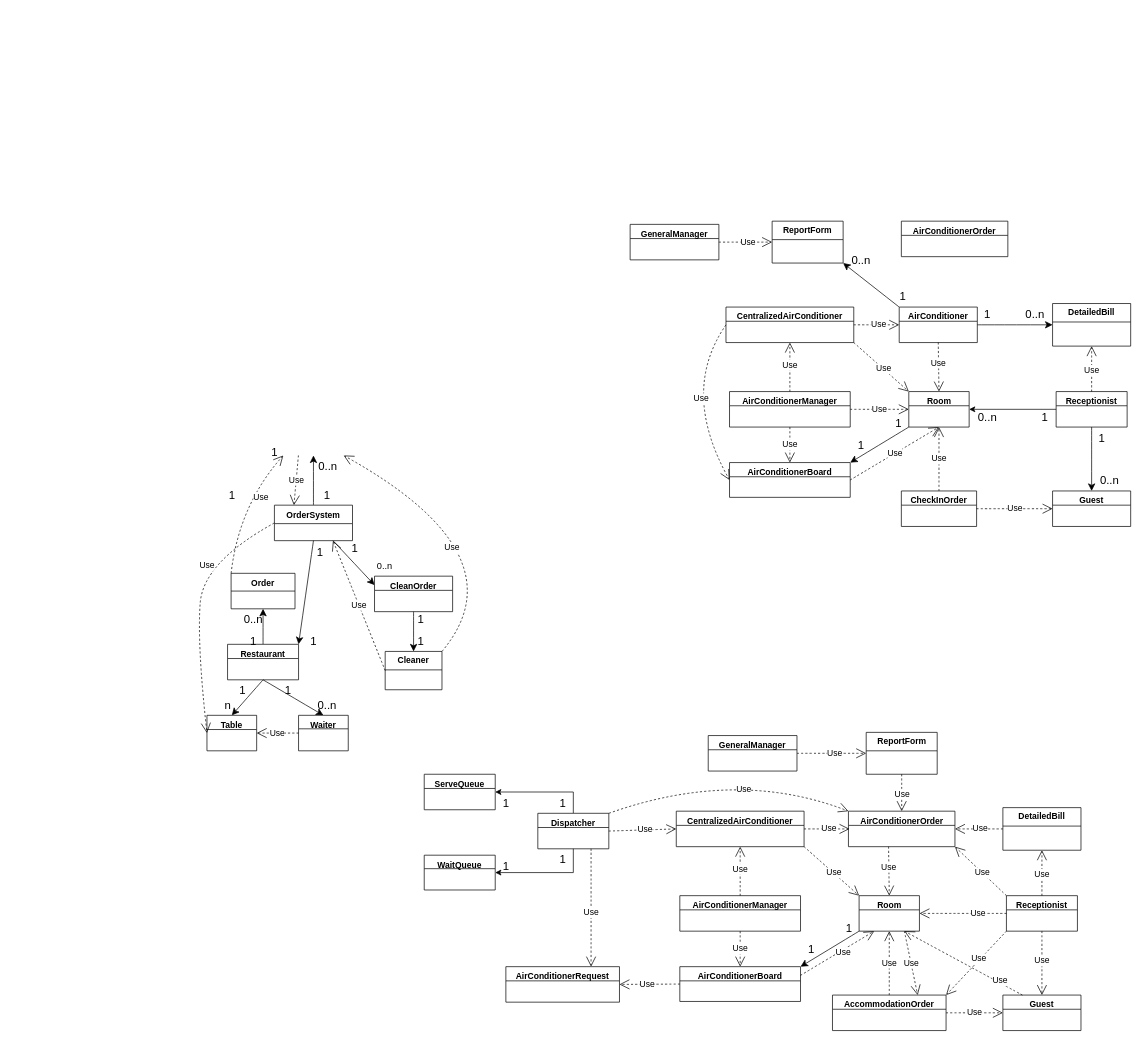
Earlier version of the draw.io diagram UML.drawio (lyhkk/Test). Source tidied: cells renumbered, new cells numbered last; positions are measured from the earlier drawing's top-left corner, leaving out a move shared by most shapes. Both pictures are drawn from the tidied source at 71%, with x=0, y=0 at pixel (197, 221).
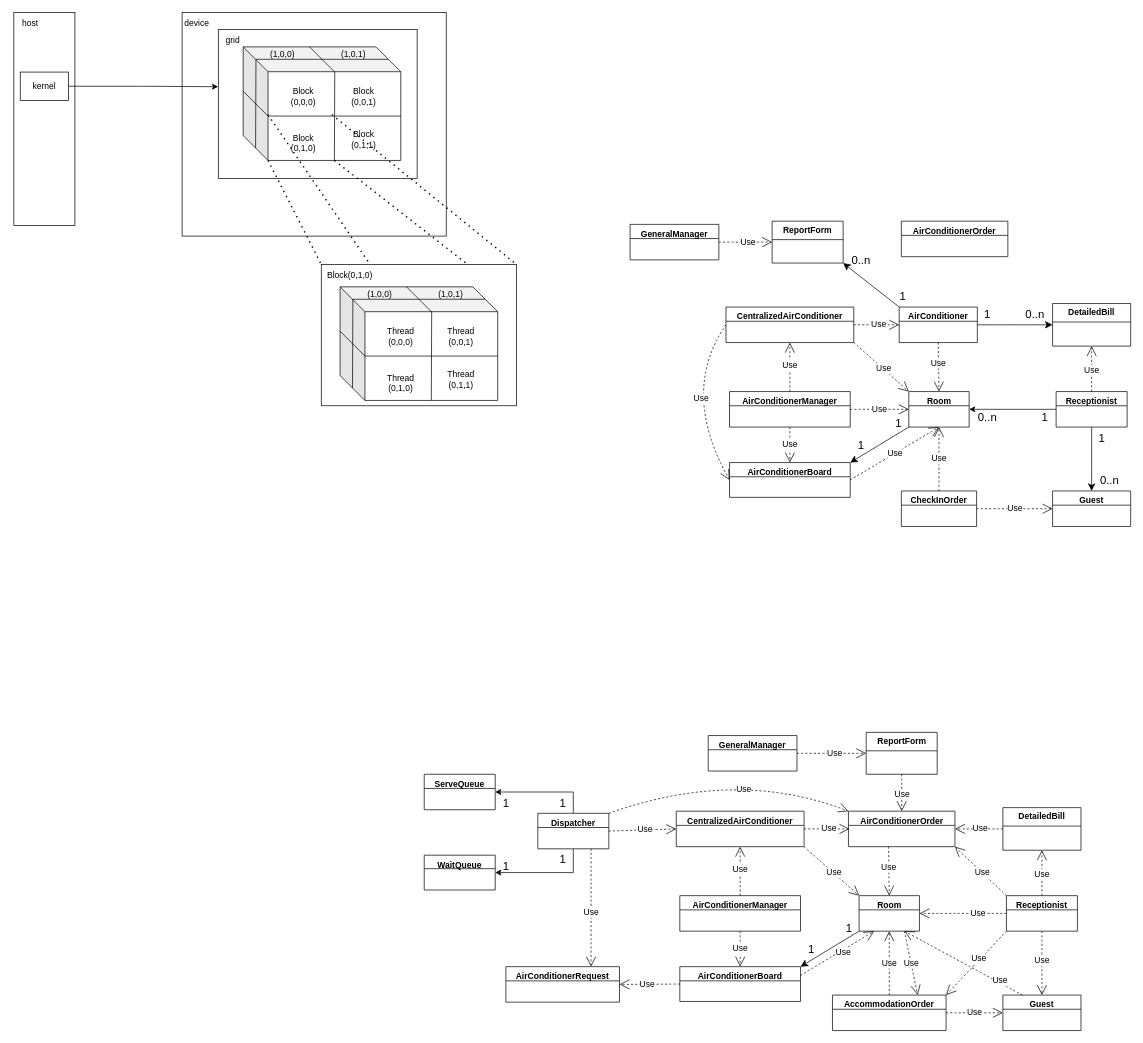
The same page after the edit.

What changed in the source:
```diff
@@
+    <mxCell id="126" style="rounded=0;whiteSpace=wrap;html=1;" parent="1" vertex="1">
+      <mxGeometry x="175" y="61" width="275" height="199" as="geometry" />
+    </mxCell>
+    <mxCell id="127" style="rounded=0;whiteSpace=wrap;html=1;" parent="1" vertex="1">
+      <mxGeometry x="-21" y="-294" width="372" height="315" as="geometry" />
+    </mxCell>
@@
-    <mxCell id="17" value="1" style="text;html=1;align=center;verticalAlign=middle;strokeColor=none;fillColor=none;fontSize=16;" parent="1" vertex="1">
-      <mxGeometry x="34" y="371" width="30" height="30" as="geometry" />
-    </mxCell>
-    <mxCell id="18" value="1" style="text;html=1;align=center;verticalAlign=middle;strokeColor=none;fillColor=none;fontSize=16;" parent="1" vertex="1">
-      <mxGeometry x="94" y="310" width="30" height="30" as="geometry" />
-    </mxCell>
@@
-    <mxCell id="26" style="edgeStyle=none;curved=1;rounded=0;jettySize=auto;html=1;exitX=0.5;exitY=0;exitDx=0;exitDy=0;fontSize=12;startSize=8;endSize=8;entryX=0.5;entryY=1;entryDx=0;entryDy=0;" parent="1" edge="1" source="28">
-      <mxGeometry relative="1" as="geometry">
-        <mxPoint x="164" y="330" as="targetPoint" />
-      </mxGeometry>
-    </mxCell>
-    <mxCell id="27" style="edgeStyle=none;curved=1;rounded=0;jettySize=auto;html=1;exitX=0.5;exitY=1;exitDx=0;exitDy=0;fontSize=12;startSize=8;endSize=8;entryX=1;entryY=0;entryDx=0;entryDy=0;" parent="1" edge="1" source="28" target="35">
-      <mxGeometry relative="1" as="geometry" />
-    </mxCell>
-    <mxCell id="28" value="OrderSystem" style="swimlane;fontStyle=1;align=center;verticalAlign=top;horizontal=1;startSize=26;whiteSpace=wrap;html=1;" parent="1" vertex="1" collapsed="1">
-      <mxGeometry x="109" y="400" width="110" height="50" as="geometry" />
-    </mxCell>
-    <mxCell id="29" value="1" style="text;html=1;align=center;verticalAlign=middle;strokeColor=none;fillColor=none;fontSize=16;" parent="1" vertex="1">
-      <mxGeometry x="168" y="371" width="30" height="30" as="geometry" />
-    </mxCell>
-    <mxCell id="30" value="0..n" style="text;html=1;align=center;verticalAlign=middle;strokeColor=none;fillColor=none;fontSize=16;" parent="1" vertex="1">
-      <mxGeometry x="159" y="330" width="50" height="30" as="geometry" />
-    </mxCell>
-    <mxCell id="31" style="edgeStyle=none;curved=1;rounded=0;jettySize=auto;html=1;entryX=0;entryY=0.25;entryDx=0;entryDy=0;fontSize=12;startSize=8;endSize=8;exitX=0.75;exitY=1;exitDx=0;exitDy=0;" parent="1" edge="1" source="28" target="37">
-      <mxGeometry relative="1" as="geometry" />
-    </mxCell>
-    <mxCell id="32" style="edgeStyle=none;curved=1;rounded=0;jettySize=auto;html=1;exitX=0.5;exitY=1;exitDx=0;exitDy=0;entryX=0.5;entryY=0;entryDx=0;entryDy=0;fontSize=12;startSize=8;endSize=8;" parent="1" edge="1" source="35" target="38">
-      <mxGeometry relative="1" as="geometry" />
-    </mxCell>
-    <mxCell id="33" style="edgeStyle=none;curved=1;rounded=0;jettySize=auto;html=1;exitX=0.5;exitY=1;exitDx=0;exitDy=0;fontSize=12;startSize=8;endSize=8;entryX=0.5;entryY=0;entryDx=0;entryDy=0;" parent="1" edge="1" source="35" target="40">
-      <mxGeometry relative="1" as="geometry" />
-    </mxCell>
-    <mxCell id="34" style="edgeStyle=none;curved=1;rounded=0;jettySize=auto;html=1;exitX=0.5;exitY=0;exitDx=0;exitDy=0;entryX=0.5;entryY=1;entryDx=0;entryDy=0;fontSize=12;startSize=8;endSize=8;" parent="1" edge="1" source="35" target="39">
-      <mxGeometry relative="1" as="geometry" />
-    </mxCell>
-    <mxCell id="35" value="Restaurant" style="swimlane;fontStyle=1;align=center;verticalAlign=top;horizontal=1;startSize=20;whiteSpace=wrap;html=1;" parent="1" vertex="1" collapsed="1">
-      <mxGeometry x="43" y="596" width="100" height="50" as="geometry" />
-    </mxCell>
-    <mxCell id="36" style="edgeStyle=none;curved=1;rounded=0;jettySize=auto;html=1;exitX=0.5;exitY=1;exitDx=0;exitDy=0;fontSize=12;startSize=8;endSize=8;entryX=0.5;entryY=0;entryDx=0;entryDy=0;" parent="1" edge="1" source="37" target="48">
-      <mxGeometry relative="1" as="geometry" />
-    </mxCell>
-    <mxCell id="37" value="CleanOrder" style="swimlane;fontStyle=1;align=center;verticalAlign=top;horizontal=1;startSize=20;whiteSpace=wrap;html=1;" parent="1" vertex="1" collapsed="1">
-      <mxGeometry x="250" y="500" width="110" height="50" as="geometry" />
-    </mxCell>
-    <mxCell id="38" value="Table" style="swimlane;fontStyle=1;align=center;verticalAlign=top;horizontal=1;startSize=20;whiteSpace=wrap;html=1;" parent="1" vertex="1" collapsed="1">
-      <mxGeometry x="14" y="696" width="70" height="50" as="geometry" />
-    </mxCell>
-    <mxCell id="39" value="Order" style="swimlane;fontStyle=1;align=center;verticalAlign=top;horizontal=1;startSize=25;whiteSpace=wrap;html=1;" parent="1" vertex="1" collapsed="1">
-      <mxGeometry x="48" y="496" width="90" height="50" as="geometry" />
-    </mxCell>
-    <mxCell id="40" value="Waiter" style="swimlane;fontStyle=1;align=center;verticalAlign=top;horizontal=1;startSize=19;whiteSpace=wrap;html=1;" parent="1" vertex="1" collapsed="1">
-      <mxGeometry x="143" y="696" width="70" height="50" as="geometry" />
-    </mxCell>
-    <mxCell id="41" value="&lt;font style=&quot;font-size: 13px;&quot;&gt;0..n&lt;/font&gt;" style="text;html=1;align=center;verticalAlign=middle;strokeColor=none;fillColor=none;fontSize=16;" parent="1" vertex="1">
-      <mxGeometry x="239" y="470" width="50" height="30" as="geometry" />
-    </mxCell>
-    <mxCell id="42" value="Use" style="endArrow=open;endSize=12;dashed=1;html=1;rounded=0;fontSize=12;curved=1;exitX=0;exitY=0.5;exitDx=0;exitDy=0;entryX=0;entryY=0.5;entryDx=0;entryDy=0;" parent="1" edge="1" source="28" target="38">
-      <mxGeometry x="-0.33" y="5" relative="1" as="geometry">
-        <Array as="points">
-          <mxPoint x="9" y="480" />
-          <mxPoint y="595" />
-        </Array>
-      </mxGeometry>
-    </mxCell>
-    <mxCell id="43" value="0..n" style="text;html=1;align=center;verticalAlign=middle;strokeColor=none;fillColor=none;fontSize=16;" parent="1" vertex="1">
-      <mxGeometry x="54" y="546" width="50" height="30" as="geometry" />
-    </mxCell>
-    <mxCell id="44" value="n" style="text;html=1;align=center;verticalAlign=middle;strokeColor=none;fillColor=none;fontSize=16;" parent="1" vertex="1">
-      <mxGeometry x="28" y="666" width="30" height="30" as="geometry" />
-    </mxCell>
-    <mxCell id="45" value="1" style="text;html=1;align=center;verticalAlign=middle;strokeColor=none;fillColor=none;fontSize=16;" parent="1" vertex="1">
-      <mxGeometry x="49" y="646" width="30" height="30" as="geometry" />
-    </mxCell>
-    <mxCell id="46" value="1" style="text;html=1;align=center;verticalAlign=middle;strokeColor=none;fillColor=none;fontSize=16;" parent="1" vertex="1">
-      <mxGeometry x="113" y="646" width="30" height="30" as="geometry" />
-    </mxCell>
-    <mxCell id="47" value="0..n" style="text;html=1;align=center;verticalAlign=middle;strokeColor=none;fillColor=none;fontSize=16;" parent="1" vertex="1">
-      <mxGeometry x="158" y="666" width="50" height="30" as="geometry" />
-    </mxCell>
-    <mxCell id="48" value="&lt;b&gt;Cleaner&lt;/b&gt;" style="swimlane;fontStyle=0;horizontal=1;startSize=26;fillColor=none;whiteSpace=wrap;html=1;" parent="1" vertex="1" collapsed="1">
-      <mxGeometry x="265" y="606" width="80" height="54" as="geometry" />
-    </mxCell>
-    <mxCell id="49" value="1" style="text;html=1;align=center;verticalAlign=middle;strokeColor=none;fillColor=none;fontSize=16;" parent="1" vertex="1">
-      <mxGeometry x="300" y="546" width="30" height="30" as="geometry" />
-    </mxCell>
-    <mxCell id="50" value="1" style="text;html=1;align=center;verticalAlign=middle;strokeColor=none;fillColor=none;fontSize=16;" parent="1" vertex="1">
-      <mxGeometry x="300" y="576" width="30" height="30" as="geometry" />
-    </mxCell>
-    <mxCell id="51" value="Use" style="endArrow=open;endSize=12;dashed=1;html=1;rounded=0;fontSize=12;curved=1;entryX=0.75;entryY=1;entryDx=0;entryDy=0;exitX=0;exitY=0.5;exitDx=0;exitDy=0;" parent="1" edge="1" source="48" target="28">
-      <mxGeometry relative="1" as="geometry" />
-    </mxCell>
-    <mxCell id="52" value="1" style="text;html=1;align=center;verticalAlign=middle;strokeColor=none;fillColor=none;fontSize=16;" parent="1" vertex="1">
-      <mxGeometry x="64" y="576" width="30" height="30" as="geometry" />
-    </mxCell>
-    <mxCell id="53" value="Use" style="endArrow=open;endSize=12;dashed=1;html=1;rounded=0;fontSize=12;curved=1;exitX=0;exitY=0;exitDx=0;exitDy=0;entryX=0;entryY=1;entryDx=0;entryDy=0;" parent="1" edge="1" source="39">
-      <mxGeometry x="0.32" y="-16" relative="1" as="geometry">
-        <mxPoint x="121.5" y="330" as="targetPoint" />
-        <Array as="points">
-          <mxPoint x="59" y="400" />
-        </Array>
-      </mxGeometry>
-    </mxCell>
-    <mxCell id="54" value="1" style="text;html=1;align=center;verticalAlign=middle;strokeColor=none;fillColor=none;fontSize=16;" parent="1" vertex="1">
-      <mxGeometry x="206.5" y="446" width="30" height="30" as="geometry" />
-    </mxCell>
-    <mxCell id="55" value="Use" style="endArrow=open;endSize=12;dashed=1;html=1;rounded=0;fontSize=12;curved=1;exitX=0;exitY=0.5;exitDx=0;exitDy=0;entryX=1;entryY=0.5;entryDx=0;entryDy=0;" parent="1" edge="1" source="40" target="38">
-      <mxGeometry relative="1" as="geometry" />
-    </mxCell>
-    <mxCell id="56" value="Use" style="endArrow=open;endSize=12;dashed=1;html=1;rounded=0;fontSize=12;curved=1;exitX=1;exitY=0;exitDx=0;exitDy=0;entryX=1;entryY=1;entryDx=0;entryDy=0;" parent="1" edge="1" source="48">
-      <mxGeometry x="0.16" y="40" relative="1" as="geometry">
-        <mxPoint x="206.5" y="330" as="targetPoint" />
-        <Array as="points">
-          <mxPoint x="459" y="470" />
-        </Array>
-      </mxGeometry>
-    </mxCell>
-    <mxCell id="57" value="Use" style="endArrow=open;endSize=12;dashed=1;html=1;rounded=0;fontSize=12;curved=1;entryX=0.25;entryY=0;entryDx=0;entryDy=0;exitX=0.25;exitY=1;exitDx=0;exitDy=0;" parent="1" edge="1" target="28">
-      <mxGeometry relative="1" as="geometry">
-        <mxPoint x="142.8" y="330" as="sourcePoint" />
-      </mxGeometry>
-    </mxCell>
-    <mxCell id="58" value="1" style="text;html=1;align=center;verticalAlign=middle;strokeColor=none;fillColor=none;fontSize=16;" parent="1" vertex="1">
-      <mxGeometry x="158" y="451" width="30" height="30" as="geometry" />
-    </mxCell>
-    <mxCell id="59" value="1" style="text;html=1;align=center;verticalAlign=middle;strokeColor=none;fillColor=none;fontSize=16;" parent="1" vertex="1">
-      <mxGeometry x="149" y="576" width="30" height="30" as="geometry" />
-    </mxCell>
@@
+    <mxCell id="128" style="rounded=0;whiteSpace=wrap;html=1;direction=south;" parent="1" vertex="1">
+      <mxGeometry x="-258" y="-294" width="86" height="300" as="geometry" />
+    </mxCell>
+    <mxCell id="129" value="host" style="text;html=1;align=center;verticalAlign=middle;strokeColor=none;fillColor=none;" parent="1" vertex="1">
+      <mxGeometry x="-260" y="-294" width="50" height="30" as="geometry" />
+    </mxCell>
+    <mxCell id="130" value="kernel" style="rounded=0;whiteSpace=wrap;html=1;" parent="1" vertex="1">
+      <mxGeometry x="-249" y="-210" width="68" height="40" as="geometry" />
+    </mxCell>
+    <mxCell id="131" style="edgeStyle=orthogonalEdgeStyle;rounded=0;jettySize=auto;html=1;exitX=1;exitY=0.5;exitDx=0;exitDy=0;entryX=0.384;entryY=1.001;entryDx=0;entryDy=0;entryPerimeter=0;" parent="1" edge="1" source="130" target="132">
+      <mxGeometry relative="1" as="geometry" />
+    </mxCell>
+    <mxCell id="132" style="rounded=0;whiteSpace=wrap;html=1;direction=south;" parent="1" vertex="1">
+      <mxGeometry x="30" y="-270" width="280" height="210" as="geometry" />
+    </mxCell>
+    <mxCell id="133" style="shape=cube;whiteSpace=wrap;html=1;boundedLbl=1;backgroundOutline=1;darkOpacity=0.05;darkOpacity2=0.1;size=35;" parent="1" vertex="1">
+      <mxGeometry x="65" y="-245.5" width="222" height="160" as="geometry" />
+    </mxCell>
+    <mxCell id="134" value="grid" style="text;html=1;align=center;verticalAlign=middle;strokeColor=none;fillColor=none;" parent="1" vertex="1">
+      <mxGeometry x="30" y="-270" width="40" height="30" as="geometry" />
+    </mxCell>
+    <mxCell id="135" style="endArrow=none;html=1;rounded=0;exitX=0;exitY=0;exitDx=222;exitDy=97.5;exitPerimeter=0;entryX=0;entryY=0;entryDx=0;entryDy=62.5;entryPerimeter=0;" parent="1" edge="1" source="133" target="133">
+      <mxGeometry relative="1" as="geometry">
+        <Array as="points">
+          <mxPoint x="100" y="-148" />
+        </Array>
+      </mxGeometry>
+    </mxCell>
+    <mxCell id="136" style="endArrow=none;html=1;rounded=0;entryX=0;entryY=0;entryDx=128.5;entryDy=160;entryPerimeter=0;exitX=0;exitY=0;exitDx=93.5;exitDy=0;exitPerimeter=0;" parent="1" edge="1" source="133" target="133">
+      <mxGeometry relative="1" as="geometry">
+        <Array as="points">
+          <mxPoint x="194" y="-210" />
+        </Array>
+      </mxGeometry>
+    </mxCell>
+    <mxCell id="137" value="Block&lt;div&gt;(0,0,0)&lt;/div&gt;" style="text;html=1;align=center;verticalAlign=middle;whiteSpace=wrap;rounded=0;" parent="1" vertex="1">
+      <mxGeometry x="120" y="-190" width="60" height="30" as="geometry" />
+    </mxCell>
+    <mxCell id="138" value="Block&lt;div&gt;(0,0,1)&lt;/div&gt;" style="text;html=1;align=center;verticalAlign=middle;whiteSpace=wrap;rounded=0;" parent="1" vertex="1">
+      <mxGeometry x="205" y="-190" width="60" height="30" as="geometry" />
+    </mxCell>
+    <mxCell id="139" value="Block&lt;div&gt;(0,1,0)&lt;/div&gt;" style="text;html=1;align=center;verticalAlign=middle;whiteSpace=wrap;rounded=0;" parent="1" vertex="1">
+      <mxGeometry x="120" y="-125.5" width="60" height="30" as="geometry" />
+    </mxCell>
+    <mxCell id="140" value="Block&lt;div&gt;(0,1,1)&lt;/div&gt;" style="text;html=1;align=center;verticalAlign=middle;whiteSpace=wrap;rounded=0;" parent="1" vertex="1">
+      <mxGeometry x="205" y="-130" width="60" height="30" as="geometry" />
+    </mxCell>
+    <mxCell id="141" style="endArrow=none;html=1;rounded=0;entryX=0;entryY=0;entryDx=204.5;entryDy=17.5;entryPerimeter=0;exitX=0;exitY=0;exitDx=17.5;exitDy=142.5;exitPerimeter=0;" parent="1" edge="1" source="133" target="133">
+      <mxGeometry relative="1" as="geometry">
+        <Array as="points">
+          <mxPoint x="83" y="-228" />
+        </Array>
+      </mxGeometry>
+    </mxCell>
+    <mxCell id="142" value="(1,0,0)" style="text;html=1;align=center;verticalAlign=middle;strokeColor=none;fillColor=none;" parent="1" vertex="1">
+      <mxGeometry x="90" y="-250" width="60" height="30" as="geometry" />
+    </mxCell>
+    <mxCell id="143" value="(1,0,1)" style="text;html=1;align=center;verticalAlign=middle;strokeColor=none;fillColor=none;" parent="1" vertex="1">
+      <mxGeometry x="190" y="-250" width="60" height="30" as="geometry" />
+    </mxCell>
+    <mxCell id="144" value="device" style="text;html=1;align=center;verticalAlign=middle;whiteSpace=wrap;rounded=0;" parent="1" vertex="1">
+      <mxGeometry x="-30" y="-294" width="60" height="30" as="geometry" />
+    </mxCell>
+    <mxCell id="145" style="endArrow=none;dashed=1;html=1;dashPattern=1 3;strokeWidth=2;rounded=0;exitX=0;exitY=0;exitDx=35;exitDy=160;exitPerimeter=0;entryX=0;entryY=0;entryDx=0;entryDy=0;" parent="1" edge="1" source="133" target="156">
+      <mxGeometry relative="1" as="geometry" />
+    </mxCell>
+    <mxCell id="146" style="shape=cube;whiteSpace=wrap;html=1;boundedLbl=1;backgroundOutline=1;darkOpacity=0.05;darkOpacity2=0.1;size=35;" parent="1" vertex="1">
+      <mxGeometry x="201.5" y="92.5" width="222" height="160" as="geometry" />
+    </mxCell>
+    <mxCell id="147" style="endArrow=none;html=1;rounded=0;exitX=0;exitY=0;exitDx=222;exitDy=97.5;exitPerimeter=0;entryX=0;entryY=0;entryDx=0;entryDy=62.5;entryPerimeter=0;" parent="1" edge="1" source="146" target="146">
+      <mxGeometry relative="1" as="geometry">
+        <Array as="points">
+          <mxPoint x="236.5" y="190" />
+        </Array>
+      </mxGeometry>
+    </mxCell>
+    <mxCell id="148" style="endArrow=none;html=1;rounded=0;entryX=0;entryY=0;entryDx=128.5;entryDy=160;entryPerimeter=0;exitX=0;exitY=0;exitDx=93.5;exitDy=0;exitPerimeter=0;" parent="1" edge="1" source="146" target="146">
+      <mxGeometry relative="1" as="geometry">
+        <Array as="points">
+          <mxPoint x="330.5" y="128" />
+        </Array>
+      </mxGeometry>
+    </mxCell>
+    <mxCell id="149" value="&lt;div&gt;Thread&lt;/div&gt;&lt;div&gt;(0,0,0)&lt;/div&gt;" style="text;html=1;align=center;verticalAlign=middle;whiteSpace=wrap;rounded=0;" parent="1" vertex="1">
+      <mxGeometry x="256.5" y="148" width="60" height="30" as="geometry" />
+    </mxCell>
+    <mxCell id="150" value="&lt;div&gt;Thread&lt;/div&gt;&lt;div&gt;(0,0,1)&lt;/div&gt;" style="text;html=1;align=center;verticalAlign=middle;whiteSpace=wrap;rounded=0;" parent="1" vertex="1">
+      <mxGeometry x="341.5" y="148" width="60" height="30" as="geometry" />
+    </mxCell>
+    <mxCell id="151" value="&lt;div&gt;Thread&lt;br&gt;(0,1,0)&lt;/div&gt;" style="text;html=1;align=center;verticalAlign=middle;whiteSpace=wrap;rounded=0;" parent="1" vertex="1">
+      <mxGeometry x="256.5" y="212.5" width="60" height="30" as="geometry" />
+    </mxCell>
+    <mxCell id="152" value="&lt;div&gt;Thread&lt;/div&gt;&lt;div&gt;(0,1,1)&lt;/div&gt;" style="text;html=1;align=center;verticalAlign=middle;whiteSpace=wrap;rounded=0;" parent="1" vertex="1">
+      <mxGeometry x="341.5" y="208" width="60" height="30" as="geometry" />
+    </mxCell>
+    <mxCell id="153" style="endArrow=none;html=1;rounded=0;entryX=0;entryY=0;entryDx=204.5;entryDy=17.5;entryPerimeter=0;exitX=0;exitY=0;exitDx=17.5;exitDy=142.5;exitPerimeter=0;" parent="1" edge="1" source="146" target="146">
+      <mxGeometry relative="1" as="geometry">
+        <Array as="points">
+          <mxPoint x="219.5" y="110" />
+        </Array>
+      </mxGeometry>
+    </mxCell>
+    <mxCell id="154" value="(1,0,0)" style="text;html=1;align=center;verticalAlign=middle;strokeColor=none;fillColor=none;" parent="1" vertex="1">
+      <mxGeometry x="226.5" y="88" width="60" height="30" as="geometry" />
+    </mxCell>
+    <mxCell id="155" value="(1,0,1)" style="text;html=1;align=center;verticalAlign=middle;strokeColor=none;fillColor=none;" parent="1" vertex="1">
+      <mxGeometry x="326.5" y="88" width="60" height="30" as="geometry" />
+    </mxCell>
+    <mxCell id="156" value="Block(0,1,0)" style="text;html=1;align=center;verticalAlign=middle;whiteSpace=wrap;rounded=0;" parent="1" vertex="1">
+      <mxGeometry x="175" y="61" width="81" height="30" as="geometry" />
+    </mxCell>
+    <mxCell id="157" style="endArrow=none;dashed=1;html=1;dashPattern=1 3;strokeWidth=2;rounded=0;entryX=0.25;entryY=0;entryDx=0;entryDy=0;" parent="1" edge="1" target="126">
+      <mxGeometry relative="1" as="geometry">
+        <mxPoint x="100" y="-150" as="sourcePoint" />
+      </mxGeometry>
+    </mxCell>
+    <mxCell id="158" style="endArrow=none;dashed=1;html=1;dashPattern=1 3;strokeWidth=2;rounded=0;entryX=1;entryY=0;entryDx=0;entryDy=0;" parent="1" edge="1" target="126">
+      <mxGeometry relative="1" as="geometry">
+        <mxPoint x="190" y="-150" as="sourcePoint" />
+      </mxGeometry>
+    </mxCell>
+    <mxCell id="159" style="endArrow=none;dashed=1;html=1;dashPattern=1 3;strokeWidth=2;rounded=0;exitX=0;exitY=0;exitDx=128.5;exitDy=160;exitPerimeter=0;entryX=0.75;entryY=0;entryDx=0;entryDy=0;" parent="1" edge="1" source="133" target="126">
+      <mxGeometry relative="1" as="geometry" />
+    </mxCell>
```
